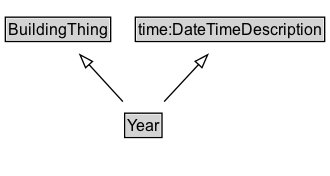
This is docs/diagrams/Year.dot.png from ISO-TC204/ontology-cdm-p2-v1, a Graphviz export, as it was before one commit. Its source is kept beside it as docs/diagrams/Year.dot. Its diagram source:
```dot
digraph {
	graph [overlap=false rankdir=TB splines=true]
	node [fontname=Arial fontsize=12 margin=0 shape=none]
	edge [fontname=Arial fontsize=11]
	{
		rank=max
		Year [label=<<TABLE BORDER="1" CELLBORDER="0" CELLSPACING="0" CELLPADDING="1"><TR><TD BGCOLOR="lightgray" ALIGN="CENTER" PORT="e">Year</TD></TR></TABLE>> URL="../Year.md" margin=0]
	}
	subgraph cluster_associated {
		label="" style=invis
		Invis [label=<<TABLE BORDER="0" CELLBORDER="0" CELLSPACING="0" CELLPADDING="1"><TR><TD></TD></TR></TABLE>> margin=0 style=invis]
	}
	BuildingThing [label=<<TABLE BORDER="1" CELLBORDER="0" CELLSPACING="0" CELLPADDING="1"><TR><TD BGCOLOR="lightgray" ALIGN="CENTER">BuildingThing</TD></TR></TABLE>> URL="../BuildingThing.md" margin=0]
	Year -> BuildingThing [arrowhead=onormal style=solid]
	time_DateTimeDescription [label=<<TABLE BORDER="1" CELLBORDER="0" CELLSPACING="0" CELLPADDING="1"><TR><TD BGCOLOR="lightgray" ALIGN="CENTER">time:DateTimeDescription</TD></TR></TABLE>> margin=0]
	Year -> time_DateTimeDescription [arrowhead=onormal style=solid]
}
```
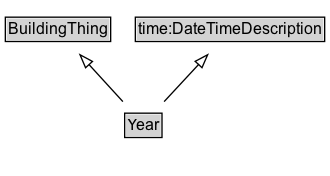
The same diagram one commit later.

The edit, as a diff of the source:
```diff
@@ -3,15 +3,18 @@
 	node [fontname=Arial fontsize=12 margin=0 shape=none]
 	edge [fontname=Arial fontsize=11]
 	{
+		rank=source
+		BuildingThing [label=<<TABLE BORDER="1" CELLBORDER="0" CELLSPACING="0" CELLPADDING="1"><TR><TD BGCOLOR="lightgray" ALIGN="CENTER">BuildingThing</TD></TR></TABLE>> URL="../BuildingThing" margin=0]
+		time_DateTimeDescription [label=<<TABLE BORDER="1" CELLBORDER="0" CELLSPACING="0" CELLPADDING="1"><TR><TD BGCOLOR="lightgray" ALIGN="CENTER">time:DateTimeDescription</TD></TR></TABLE>> URL="https://w3id.org/citydata/imported/time/latest/DateTimeDescription" margin=0]
+	}
+	Year [label=<<TABLE BORDER="1" CELLBORDER="0" CELLSPACING="0" CELLPADDING="1"><TR><TD BGCOLOR="lightgray" ALIGN="CENTER">Year</TD></TR></TABLE>> URL="../Year" margin=0]
+	{
 		rank=max
-		Year [label=<<TABLE BORDER="1" CELLBORDER="0" CELLSPACING="0" CELLPADDING="1"><TR><TD BGCOLOR="lightgray" ALIGN="CENTER" PORT="e">Year</TD></TR></TABLE>> URL="../Year.md" margin=0]
 	}
 	subgraph cluster_associated {
 		label="" style=invis
 		Invis [label=<<TABLE BORDER="0" CELLBORDER="0" CELLSPACING="0" CELLPADDING="1"><TR><TD></TD></TR></TABLE>> margin=0 style=invis]
 	}
-	BuildingThing [label=<<TABLE BORDER="1" CELLBORDER="0" CELLSPACING="0" CELLPADDING="1"><TR><TD BGCOLOR="lightgray" ALIGN="CENTER">BuildingThing</TD></TR></TABLE>> URL="../BuildingThing.md" margin=0]
 	Year -> BuildingThing [arrowhead=onormal style=solid]
-	time_DateTimeDescription [label=<<TABLE BORDER="1" CELLBORDER="0" CELLSPACING="0" CELLPADDING="1"><TR><TD BGCOLOR="lightgray" ALIGN="CENTER">time:DateTimeDescription</TD></TR></TABLE>> margin=0]
 	Year -> time_DateTimeDescription [arrowhead=onormal style=solid]
 }
```
